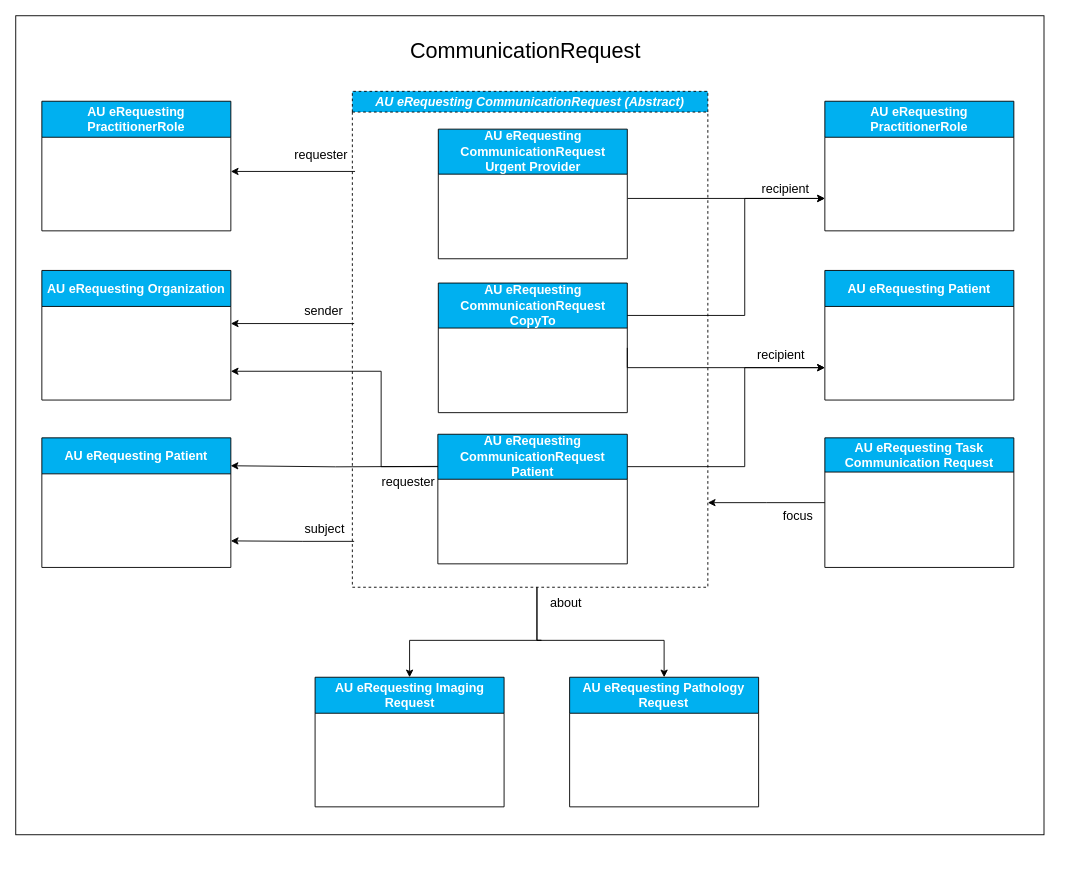
Before: page "au-erequesting-profiles-communicationrequest" (4 of 4) of input/images-source/au-erequesting-profiles.drawio in hl7au/au-fhir-erequesting, a draw.io diagram. Source tidied: cells renumbered, new cells numbered last; positions are measured from the earlier drawing's top-left corner, leaving out a move shared by most shapes. Both pictures are drawn from the tidied source at 90%, with x=0, y=0 at pixel (15, 15).
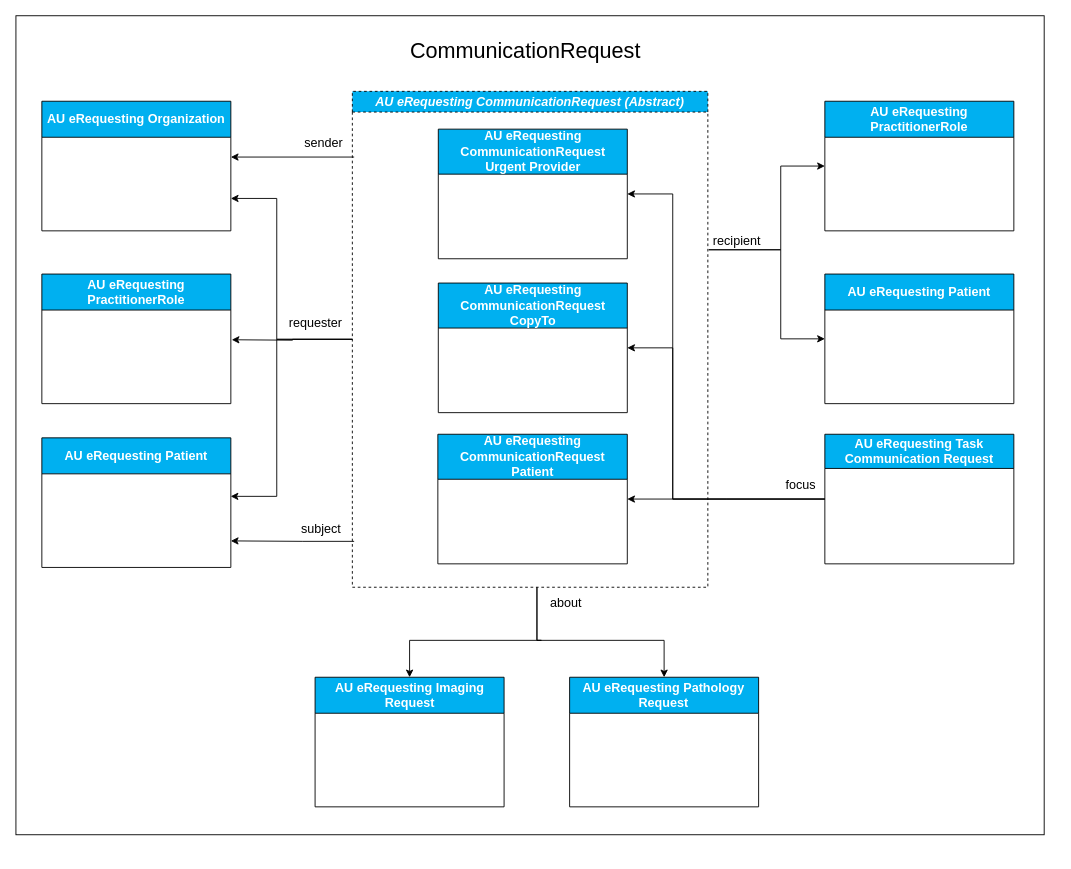
After the change.

The change refers to these unchanged cells:
```xml
<mxCell id="2" style="group;" parent="1" vertex="1">
  <mxGeometry x="10" width="1145" height="930" as="geometry" />
</mxCell>
<mxCell id="5" value="&lt;font style=&quot;font-size: 14px;&quot;&gt;AU eRequesting CommunicationRequest CopyTo&lt;/font&gt;" style="swimlane;whiteSpace=wrap;html=1;fillColor=#00B0F0;strokeColor=default;fontColor=#FFFFFF;startSize=50;fontSize=12;verticalAlign=middle;horizontal=1;align=center;fontFamily=Helvetica;fontStyle=1;" parent="2" vertex="1">
  <mxGeometry x="459.5" y="297" width="210" height="144" as="geometry" />
</mxCell>
<mxCell id="9" style="edgeStyle=orthogonalEdgeStyle;rounded=0;orthogonalLoop=1;jettySize=auto;html=1;entryX=1;entryY=0.75;entryDx=0;entryDy=0;" parent="2" edge="1">
  <mxGeometry relative="1" as="geometry">
    <mxPoint x="366" y="584" as="sourcePoint" />
    <mxPoint x="229" y="583.5" as="targetPoint" />
    <Array as="points">
      <mxPoint x="309" y="584" />
      <mxPoint x="309" y="584" />
    </Array>
  </mxGeometry>
</mxCell>
<mxCell id="22" value="&lt;i&gt;&lt;font style=&quot;font-size: 14px;&quot;&gt;AU eRequesting CommunicationRequest (Abstract)&lt;/font&gt;&lt;/i&gt;" style="swimlane;whiteSpace=wrap;html=1;startSize=23;fillColor=#00B0F0;fontColor=#FFFFFF;dashed=1;" parent="2" vertex="1">
  <mxGeometry x="364" y="84" width="395" height="551" as="geometry" />
</mxCell>
<mxCell id="28" value="&lt;font style=&quot;font-size: 14px;&quot;&gt;AU eRequesting PractitionerRole&lt;/font&gt;" style="swimlane;whiteSpace=wrap;html=1;fillColor=#00B0F0;fontColor=#FFFFFF;strokeColor=default;align=center;verticalAlign=middle;fontFamily=Helvetica;fontSize=12;fontStyle=1;startSize=40;" parent="2" vertex="1">
  <mxGeometry x="889" y="95" width="210" height="144" as="geometry" />
</mxCell>
<mxCell id="29" value="&lt;font style=&quot;font-size: 14px;&quot;&gt;AU eRequesting CommunicationRequest Urgent Provider&lt;/font&gt;" style="swimlane;whiteSpace=wrap;html=1;fillColor=#00B0F0;strokeColor=default;fontColor=#FFFFFF;startSize=50;fontSize=12;verticalAlign=middle;horizontal=1;align=center;fontFamily=Helvetica;fontStyle=1;" parent="2" vertex="1">
  <mxGeometry x="459.5" y="126" width="210" height="144" as="geometry" />
</mxCell>
<mxCell id="30" value="&lt;font style=&quot;font-size: 14px;&quot;&gt;AU eRequesting CommunicationRequest Patient&lt;/font&gt;" style="swimlane;whiteSpace=wrap;html=1;fillColor=#00B0F0;strokeColor=default;fontColor=#FFFFFF;startSize=50;fontSize=12;verticalAlign=middle;horizontal=1;align=center;fontFamily=Helvetica;fontStyle=1;" parent="2" vertex="1">
  <mxGeometry x="459" y="465" width="210.5" height="144" as="geometry" />
</mxCell>
```

What changed in the source:
```diff
@@
     <mxCell id="3" style="rounded=0;whiteSpace=wrap;html=1;" parent="2" vertex="1">
-      <mxGeometry x="-10" width="1142.5" height="910" as="geometry" />
+      <mxGeometry x="-9.8" width="1142.5" height="910" as="geometry" />
     </mxCell>
@@
-    <mxCell id="6" value="&lt;font style=&quot;font-size: 14px;&quot;&gt;requester&lt;/font&gt;" style="edgeStyle=orthogonalEdgeStyle;rounded=0;orthogonalLoop=1;jettySize=auto;html=1;entryX=1;entryY=0.5;entryDx=0;entryDy=0;" parent="2" edge="1">
-      <mxGeometry x="-0.45" y="-18" relative="1" as="geometry">
-        <mxPoint x="367" y="173" as="sourcePoint" />
-        <mxPoint x="229" y="173" as="targetPoint" />
-      </mxGeometry>
-    </mxCell>
     <mxCell id="7" style="edgeStyle=orthogonalEdgeStyle;rounded=0;orthogonalLoop=1;jettySize=auto;html=1;entryX=1;entryY=0.5;entryDx=0;entryDy=0;" parent="2" edge="1">
       <mxGeometry relative="1" as="geometry">
-        <mxPoint x="366" y="342" as="sourcePoint" />
-        <mxPoint x="229" y="342" as="targetPoint" />
+        <mxPoint x="366" y="157" as="sourcePoint" />
+        <mxPoint x="229" y="157" as="targetPoint" />
       </mxGeometry>
     </mxCell>
     <mxCell id="8" value="sender" style="edgeLabel;html=1;align=center;verticalAlign=middle;fontSize=14;" parent="7" vertex="1">
       <mxGeometry x="-0.01" y="1" relative="1" as="geometry">
-        <mxPoint x="33" y="-16" as="offset" />
+        <mxPoint x="33" y="-18" as="offset" />
       </mxGeometry>
     </mxCell>
@@
     <mxCell id="10" value="subject" style="edgeLabel;html=1;align=center;verticalAlign=middle;fontSize=14;" parent="9" vertex="1">
       <mxGeometry x="0.15" y="1" relative="1" as="geometry">
-        <mxPoint x="46" y="-15" as="offset" />
+        <mxPoint x="42" y="-15" as="offset" />
       </mxGeometry>
     </mxCell>
-    <mxCell id="11" style="edgeStyle=orthogonalEdgeStyle;rounded=0;jettySize=auto;html=1;exitX=0;exitY=0.5;exitDx=0;exitDy=0;" parent="2" edge="1" source="13">
+    <mxCell id="11" style="edgeStyle=orthogonalEdgeStyle;rounded=0;jettySize=auto;html=1;exitX=0;exitY=0.5;exitDx=0;exitDy=0;entryX=1;entryY=0.5;entryDx=0;entryDy=0;" parent="2" edge="1" source="13" target="30">
       <mxGeometry relative="1" as="geometry">
-        <mxPoint x="759" y="541" as="targetPoint" />
+        <Array as="points">
+          <mxPoint x="780" y="537" />
+          <mxPoint x="780" y="537" />
+        </Array>
       </mxGeometry>
     </mxCell>
     <mxCell id="12" value="focus" style="edgeLabel;html=1;align=center;verticalAlign=middle;fontSize=14;" parent="11" vertex="1">
       <mxGeometry x="-0.04" y="5" relative="1" as="geometry">
-        <mxPoint x="32" y="9" as="offset" />
+        <mxPoint x="77" y="-22" as="offset" />
       </mxGeometry>
     </mxCell>
     <mxCell id="13" value="&lt;font style=&quot;font-size: 14px;&quot;&gt;AU eRequesting Task Communication Request&lt;/font&gt;" style="swimlane;whiteSpace=wrap;html=1;startSize=38;fillColor=#00B0F0;fontColor=#FFFFFF;" parent="2" vertex="1">
-      <mxGeometry x="889" y="469" width="210" height="144" as="geometry" />
+      <mxGeometry x="889" y="465" width="210" height="144" as="geometry" />
     </mxCell>
-    <mxCell id="14" style="endArrow=classic;html=1;rounded=0;entryX=0;entryY=0.75;entryDx=0;entryDy=0;" parent="2" edge="1" target="28">
-      <mxGeometry relative="1" as="geometry">
-        <mxPoint x="670" y="203" as="sourcePoint" />
-      </mxGeometry>
-    </mxCell>
-    <mxCell id="15" style="endArrow=classic;html=1;rounded=0;exitX=1;exitY=0.25;exitDx=0;exitDy=0;entryX=0;entryY=0.75;entryDx=0;entryDy=0;edgeStyle=orthogonalEdgeStyle;" parent="2" edge="1" source="5" target="28">
+    <mxCell id="15" style="endArrow=classic;html=1;rounded=0;entryX=0;entryY=0.5;entryDx=0;entryDy=0;edgeStyle=orthogonalEdgeStyle;" parent="2" edge="1" target="28">
       <mxGeometry relative="1" as="geometry">
+        <mxPoint x="760" y="260" as="sourcePoint" />
         <Array as="points">
-          <mxPoint x="800" y="333" />
-          <mxPoint x="800" y="203" />
+          <mxPoint x="840" y="260" />
+          <mxPoint x="840" y="167" />
         </Array>
       </mxGeometry>
     </mxCell>
     <mxCell id="16" value="&lt;font style=&quot;font-size: 14px;&quot;&gt;recipient&lt;/font&gt;" style="edgeLabel;html=1;align=center;verticalAlign=middle;" parent="15" vertex="1">
       <mxGeometry x="0.53" y="1" relative="1" as="geometry">
-        <mxPoint x="38" y="-11" as="offset" />
+        <mxPoint x="-49" y="79" as="offset" />
       </mxGeometry>
     </mxCell>
-    <mxCell id="17" style="endArrow=classic;html=1;rounded=0;exitX=1;exitY=0.25;exitDx=0;exitDy=0;entryX=0;entryY=0.75;entryDx=0;entryDy=0;edgeStyle=orthogonalEdgeStyle;" parent="2" edge="1" source="30" target="27">
+    <mxCell id="17" style="endArrow=classic;html=1;rounded=0;entryX=0;entryY=0.5;entryDx=0;entryDy=0;edgeStyle=orthogonalEdgeStyle;" parent="2" edge="1" target="27">
       <mxGeometry relative="1" as="geometry">
+        <mxPoint x="760" y="260" as="sourcePoint" />
         <Array as="points">
-          <mxPoint x="800" y="501" />
-          <mxPoint x="800" y="391" />
+          <mxPoint x="840" y="260" />
+          <mxPoint x="840" y="359" />
         </Array>
       </mxGeometry>
     </mxCell>
-    <mxCell id="18" style="endArrow=classic;html=1;rounded=0;entryX=0;entryY=0.75;entryDx=0;entryDy=0;exitX=1;exitY=0.5;exitDx=0;exitDy=0;edgeStyle=orthogonalEdgeStyle;" parent="2" edge="1" source="5" target="27">
-      <mxGeometry relative="1" as="geometry">
-        <Array as="points">
-          <mxPoint x="670" y="391" />
-        </Array>
-      </mxGeometry>
-    </mxCell>
-    <mxCell id="19" value="&lt;font style=&quot;font-size: 14px;&quot;&gt;recipient&lt;/font&gt;" style="edgeLabel;html=1;align=center;verticalAlign=middle;" parent="18" vertex="1">
-      <mxGeometry x="0.33" y="1" relative="1" as="geometry">
-        <mxPoint x="31" y="-14" as="offset" />
-      </mxGeometry>
-    </mxCell>
-    <mxCell id="20" style="edgeStyle=orthogonalEdgeStyle;rounded=0;orthogonalLoop=1;jettySize=auto;html=1;exitX=-0.007;exitY=0.248;exitDx=0;exitDy=0;exitPerimeter=0;entryX=0.985;entryY=0.215;entryDx=0;entryDy=0;entryPerimeter=0;" parent="2" edge="1">
+    <mxCell id="20" style="edgeStyle=orthogonalEdgeStyle;rounded=0;jettySize=auto;html=1;exitX=0;exitY=0.5;exitDx=0;exitDy=0;entryX=0.985;entryY=0.215;entryDx=0;entryDy=0;entryPerimeter=0;" parent="2" edge="1" source="22">
       <mxGeometry relative="1" as="geometry">
-        <mxPoint x="460.5" y="500.7" as="sourcePoint" />
-        <mxPoint x="228.8" y="500" as="targetPoint" />
+        <mxPoint x="228.8" y="534" as="targetPoint" />
+        <Array as="points">
+          <mxPoint x="280" y="360" />
+          <mxPoint x="280" y="534" />
+        </Array>
       </mxGeometry>
     </mxCell>
     <mxCell id="21" value="&lt;font style=&quot;font-size: 14px;&quot;&gt;requester&lt;/font&gt;" style="edgeLabel;html=1;align=center;verticalAlign=middle;" parent="20" vertex="1">
       <mxGeometry x="-0.63" y="3" relative="1" as="geometry">
-        <mxPoint x="8" y="14" as="offset" />
+        <mxPoint x="15" y="-22" as="offset" />
       </mxGeometry>
     </mxCell>
@@
-    <mxCell id="23" style="edgeStyle=orthogonalEdgeStyle;rounded=0;jettySize=auto;html=1;exitX=0;exitY=0.25;exitDx=0;exitDy=0;" parent="22" edge="1" source="30">
-      <mxGeometry relative="1" as="geometry">
-        <mxPoint x="-135" y="311" as="targetPoint" />
-        <Array as="points">
-          <mxPoint x="32" y="417" />
-          <mxPoint x="32" y="311" />
-        </Array>
-      </mxGeometry>
-    </mxCell>
     <mxCell id="24" value="&lt;font style=&quot;font-size: 14px;&quot;&gt;AU eRequesting PractitionerRole&lt;/font&gt;" style="swimlane;whiteSpace=wrap;html=1;fillColor=#00B0F0;fontColor=#FFFFFF;strokeColor=default;align=center;verticalAlign=middle;fontFamily=Helvetica;fontSize=12;fontStyle=1;startSize=40;" parent="2" vertex="1">
-      <mxGeometry x="19" y="95" width="210" height="144" as="geometry" />
+      <mxGeometry x="19" y="287" width="210" height="144" as="geometry" />
     </mxCell>
     <mxCell id="25" value="&lt;font style=&quot;font-size: 14px;&quot;&gt;AU eRequesting Organization&lt;/font&gt;" style="swimlane;whiteSpace=wrap;html=1;fillColor=#00B0F0;fontColor=#FFFFFF;direction=east;startSize=40;strokeColor=default;align=center;verticalAlign=middle;fontFamily=Helvetica;fontSize=12;fontStyle=1;" parent="2" vertex="1">
-      <mxGeometry x="19" y="283" width="210" height="144" as="geometry" />
+      <mxGeometry x="19" y="95" width="210" height="144" as="geometry" />
     </mxCell>
@@
     <mxCell id="27" value="&lt;font style=&quot;font-size: 14px;&quot;&gt;AU eRequesting Patient&lt;/font&gt;" style="swimlane;whiteSpace=wrap;html=1;fillColor=#00B0F0;fontColor=#FFFFFF;strokeColor=default;align=center;verticalAlign=middle;fontFamily=Helvetica;fontSize=12;fontStyle=1;startSize=40;" parent="2" vertex="1">
-      <mxGeometry x="889" y="283" width="210" height="144" as="geometry" />
+      <mxGeometry x="889" y="287" width="210" height="144" as="geometry" />
     </mxCell>
@@
+    <mxCell id="36" style="edgeStyle=orthogonalEdgeStyle;rounded=0;jettySize=auto;html=1;entryX=1;entryY=0.5;entryDx=0;entryDy=0;exitX=0;exitY=0.5;exitDx=0;exitDy=0;" parent="2" edge="1" source="13" target="29">
+      <mxGeometry relative="1" as="geometry">
+        <Array as="points">
+          <mxPoint x="720" y="537" />
+          <mxPoint x="720" y="198" />
+        </Array>
+      </mxGeometry>
+    </mxCell>
+    <mxCell id="37" style="edgeStyle=orthogonalEdgeStyle;rounded=0;jettySize=auto;html=1;entryX=1;entryY=0.5;entryDx=0;entryDy=0;exitX=0;exitY=0.5;exitDx=0;exitDy=0;" parent="2" edge="1" source="13" target="5">
+      <mxGeometry relative="1" as="geometry">
+        <Array as="points">
+          <mxPoint x="720" y="537" />
+          <mxPoint x="720" y="369" />
+        </Array>
+      </mxGeometry>
+    </mxCell>
+    <mxCell id="23" style="edgeStyle=orthogonalEdgeStyle;rounded=0;jettySize=auto;html=1;exitX=0;exitY=0.5;exitDx=0;exitDy=0;" parent="2" edge="1" source="22">
+      <mxGeometry relative="1" as="geometry">
+        <mxPoint x="230" y="360" as="targetPoint" />
+      </mxGeometry>
+    </mxCell>
+    <mxCell id="38" style="edgeStyle=orthogonalEdgeStyle;rounded=0;jettySize=auto;html=1;entryX=1;entryY=0.75;entryDx=0;entryDy=0;exitX=0;exitY=0.5;exitDx=0;exitDy=0;" parent="2" edge="1" source="22" target="25">
+      <mxGeometry relative="1" as="geometry">
+        <Array as="points">
+          <mxPoint x="280" y="360" />
+          <mxPoint x="280" y="203" />
+        </Array>
+      </mxGeometry>
+    </mxCell>
```
